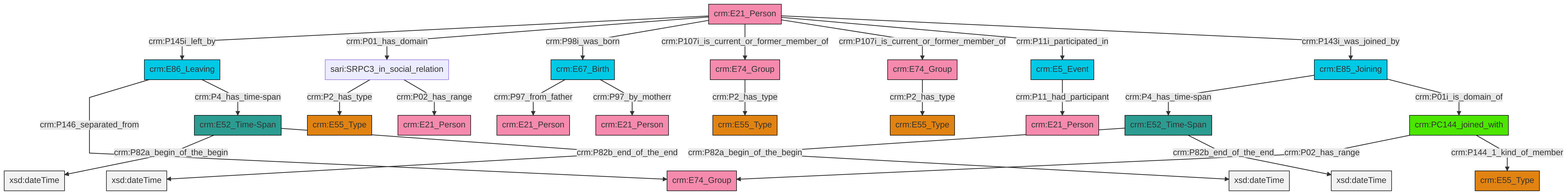
The Mermaid diagram et/personCSV/ttl/mmd/png/Person_Actor_Relations.png in swiss-art-research-net/reference-data-models, before a commit. Its source is kept beside it as et/personCSV/ttl/mmd/Person_Actor_Relations.ttl.mmd.
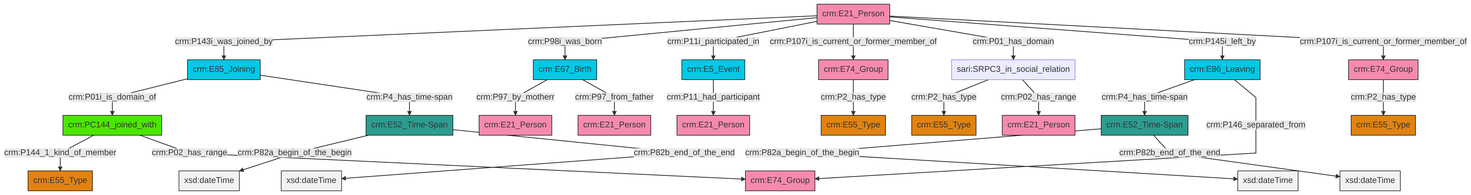
After the change.

Diff of the diagram source:
```diff
@@ -13,27 +13,27 @@
 classDef PC_Classes fill:#4ce600, stroke:#000000;
 classDef Multi fill:#cccccc,stroke:#000000;
 
-0["crm:E21_Person"]:::Actor -->|crm:P145i_left_by| 1["crm:E86_Leaving"]:::Temporal_Entity
-2["sari:SRPC3_in_social_relation"]:::Default -->|crm:P2_has_type| 3["crm:E55_Type"]:::Type
-4["crm:E85_Joining"]:::Temporal_Entity -->|crm:P4_has_time-span| 5["crm:E52_Time-Span"]:::Time-Span
-5["crm:E52_Time-Span"]:::Time-Span -->|crm:P82a_begin_of_the_begin| 7[xsd:dateTime]:::Literal
-0["crm:E21_Person"]:::Actor -->|crm:P01_has_domain| 2["sari:SRPC3_in_social_relation"]:::Default
-9["crm:PC144_joined_with"]:::PC_Classes -->|crm:P02_has_range| 10["crm:E74_Group"]:::Actor
-5["crm:E52_Time-Span"]:::Time-Span -->|crm:P82b_end_of_the_end| 14[xsd:dateTime]:::Literal
-0["crm:E21_Person"]:::Actor -->|crm:P98i_was_born| 15["crm:E67_Birth"]:::Temporal_Entity
-1["crm:E86_Leaving"]:::Temporal_Entity -->|crm:P146_separated_from| 10["crm:E74_Group"]:::Actor
-0["crm:E21_Person"]:::Actor -->|crm:P107i_is_current_or_former_member_of| 16["crm:E74_Group"]:::Actor
-1["crm:E86_Leaving"]:::Temporal_Entity -->|crm:P4_has_time-span| 17["crm:E52_Time-Span"]:::Time-Span
-19["crm:E74_Group"]:::Actor -->|crm:P2_has_type| 11["crm:E55_Type"]:::Type
-2["sari:SRPC3_in_social_relation"]:::Default -->|crm:P02_has_range| 23["crm:E21_Person"]:::Actor
-0["crm:E21_Person"]:::Actor -->|crm:P107i_is_current_or_former_member_of| 19["crm:E74_Group"]:::Actor
-16["crm:E74_Group"]:::Actor -->|crm:P2_has_type| 31["crm:E55_Type"]:::Type
-0["crm:E21_Person"]:::Actor -->|crm:P11i_participated_in| 28["crm:E5_Event"]:::Temporal_Entity
-17["crm:E52_Time-Span"]:::Time-Span -->|crm:P82a_begin_of_the_begin| 38[xsd:dateTime]:::Literal
-15["crm:E67_Birth"]:::Temporal_Entity -->|crm:P97_from_father| 21["crm:E21_Person"]:::Actor
-0["crm:E21_Person"]:::Actor -->|crm:P143i_was_joined_by| 4["crm:E85_Joining"]:::Temporal_Entity
-15["crm:E67_Birth"]:::Temporal_Entity -->|crm:P97_by_motherr| 36["crm:E21_Person"]:::Actor
-4["crm:E85_Joining"]:::Temporal_Entity -->|crm:P01i_is_domain_of| 9["crm:PC144_joined_with"]:::PC_Classes
-9["crm:PC144_joined_with"]:::PC_Classes -->|crm:P144_1_kind_of_member| 26["crm:E55_Type"]:::Type
-17["crm:E52_Time-Span"]:::Time-Span -->|crm:P82b_end_of_the_end| 44[xsd:dateTime]:::Literal
-28["crm:E5_Event"]:::Temporal_Entity -->|crm:P11_had_participant| 40["crm:E21_Person"]:::Actor
+0["crm:E74_Group"]:::Actor -->|crm:P2_has_type| 1["crm:E55_Type"]:::Type
+2["crm:E21_Person"]:::Actor -->|crm:P143i_was_joined_by| 3["crm:E85_Joining"]:::Temporal_Entity
+6["crm:E86_Leaving"]:::Temporal_Entity -->|crm:P4_has_time-span| 7["crm:E52_Time-Span"]:::Time-Span
+2["crm:E21_Person"]:::Actor -->|crm:P98i_was_born| 10["crm:E67_Birth"]:::Temporal_Entity
+11["crm:PC144_joined_with"]:::PC_Classes -->|crm:P144_1_kind_of_member| 12["crm:E55_Type"]:::Type
+2["crm:E21_Person"]:::Actor -->|crm:P11i_participated_in| 13["crm:E5_Event"]:::Temporal_Entity
+3["crm:E85_Joining"]:::Temporal_Entity -->|crm:P01i_is_domain_of| 11["crm:PC144_joined_with"]:::PC_Classes
+8["crm:E52_Time-Span"]:::Time-Span -->|crm:P82a_begin_of_the_begin| 16[xsd:dateTime]:::Literal
+18["sari:SRPC3_in_social_relation"]:::Default -->|crm:P2_has_type| 19["crm:E55_Type"]:::Type
+18["sari:SRPC3_in_social_relation"]:::Default -->|crm:P02_has_range| 20["crm:E21_Person"]:::Actor
+11["crm:PC144_joined_with"]:::PC_Classes -->|crm:P02_has_range| 22["crm:E74_Group"]:::Actor
+2["crm:E21_Person"]:::Actor -->|crm:P107i_is_current_or_former_member_of| 0["crm:E74_Group"]:::Actor
+13["crm:E5_Event"]:::Temporal_Entity -->|crm:P11_had_participant| 25["crm:E21_Person"]:::Actor
+7["crm:E52_Time-Span"]:::Time-Span -->|crm:P82a_begin_of_the_begin| 26[xsd:dateTime]:::Literal
+8["crm:E52_Time-Span"]:::Time-Span -->|crm:P82b_end_of_the_end| 27[xsd:dateTime]:::Literal
+3["crm:E85_Joining"]:::Temporal_Entity -->|crm:P4_has_time-span| 8["crm:E52_Time-Span"]:::Time-Span
+29["crm:E74_Group"]:::Actor -->|crm:P2_has_type| 30["crm:E55_Type"]:::Type
+6["crm:E86_Leaving"]:::Temporal_Entity -->|crm:P146_separated_from| 22["crm:E74_Group"]:::Actor
+7["crm:E52_Time-Span"]:::Time-Span -->|crm:P82b_end_of_the_end| 33[xsd:dateTime]:::Literal
+10["crm:E67_Birth"]:::Temporal_Entity -->|crm:P97_by_motherr| 4["crm:E21_Person"]:::Actor
+10["crm:E67_Birth"]:::Temporal_Entity -->|crm:P97_from_father| 14["crm:E21_Person"]:::Actor
+2["crm:E21_Person"]:::Actor -->|crm:P01_has_domain| 18["sari:SRPC3_in_social_relation"]:::Default
+2["crm:E21_Person"]:::Actor -->|crm:P145i_left_by| 6["crm:E86_Leaving"]:::Temporal_Entity
+2["crm:E21_Person"]:::Actor -->|crm:P107i_is_current_or_former_member_of| 29["crm:E74_Group"]:::Actor
```
